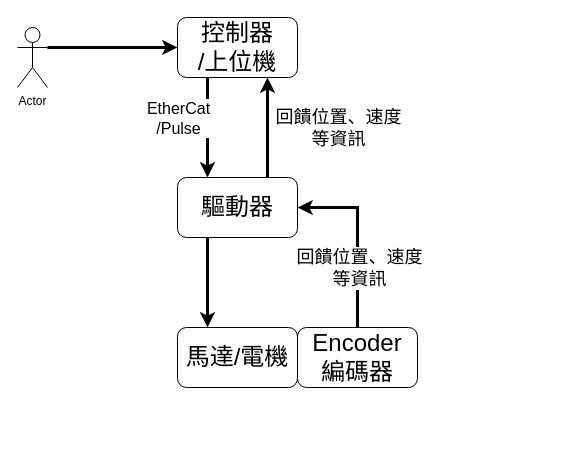
The draw.io diagram 未命名绘图.drawio in myctw/drawio, before the edit. Source tidied: cells renumbered, new cells numbered last; positions are measured from the earlier drawing's top-left corner, leaving out a move shared by most shapes. Both pictures are drawn from the tidied source at 100%, with x=0, y=0 at pixel (17, 17).
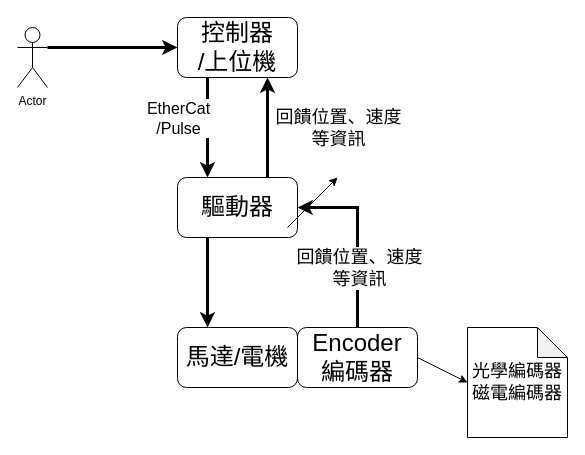
The same diagram, later.

Commit message:
更新未命名绘图.drawio

The change refers to these unchanged cells:
```xml
<mxCell id="6" value="Encoder&lt;div style=&quot;font-size: 24px;&quot;&gt;編碼器&lt;/div&gt;" style="rounded=1;whiteSpace=wrap;html=1;fontSize=24;" parent="1" vertex="1">
  <mxGeometry x="280" y="310" width="120" height="60" as="geometry" />
</mxCell>
```

Diff of the diagram source:
```diff
@@
+    <mxCell id="15" value="&lt;font style=&quot;font-size: 18px;&quot;&gt;光學編碼器&lt;/font&gt;&lt;div style=&quot;font-size: 18px;&quot;&gt;&lt;font style=&quot;font-size: 18px;&quot;&gt;磁電編碼器&lt;/font&gt;&lt;/div&gt;" style="shape=note;whiteSpace=wrap;html=1;backgroundOutline=1;darkOpacity=0.05;" parent="1" vertex="1">
+      <mxGeometry x="450" y="310" width="100" height="110" as="geometry" />
+    </mxCell>
+    <mxCell id="16" style="endArrow=classic;html=1;rounded=0;" parent="1" edge="1">
+      <mxGeometry relative="1" as="geometry">
+        <mxPoint x="270" y="210" as="sourcePoint" />
+        <mxPoint x="320" y="160" as="targetPoint" />
+      </mxGeometry>
+    </mxCell>
+    <mxCell id="17" style="endArrow=classic;html=1;rounded=0;exitX=1;exitY=0.5;exitDx=0;exitDy=0;entryX=0;entryY=0.5;entryDx=0;entryDy=0;entryPerimeter=0;" parent="1" edge="1" source="6" target="15">
+      <mxGeometry relative="1" as="geometry" />
+    </mxCell>
```
